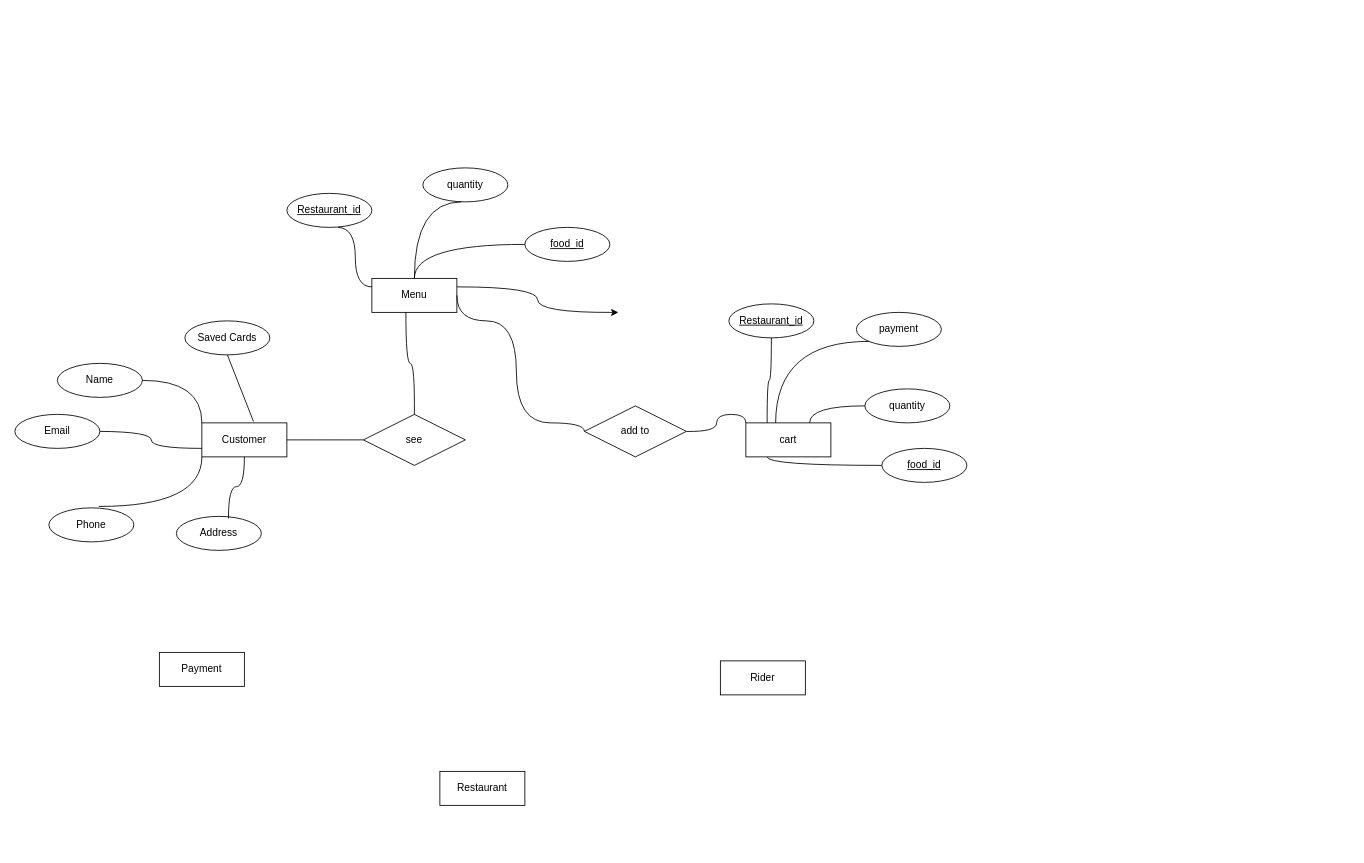
Above: page "Page-2" (2 of 2) of mysej.drawio in ahmadanwar93/SET-day-22 (draw.io), before the change. Source tidied: cells renumbered, new cells numbered last; positions are measured from the earlier drawing's top-left corner, leaving out a move shared by most shapes. Both pictures are drawn from the tidied source at 85%, with x=0, y=0 at pixel (14, 167).
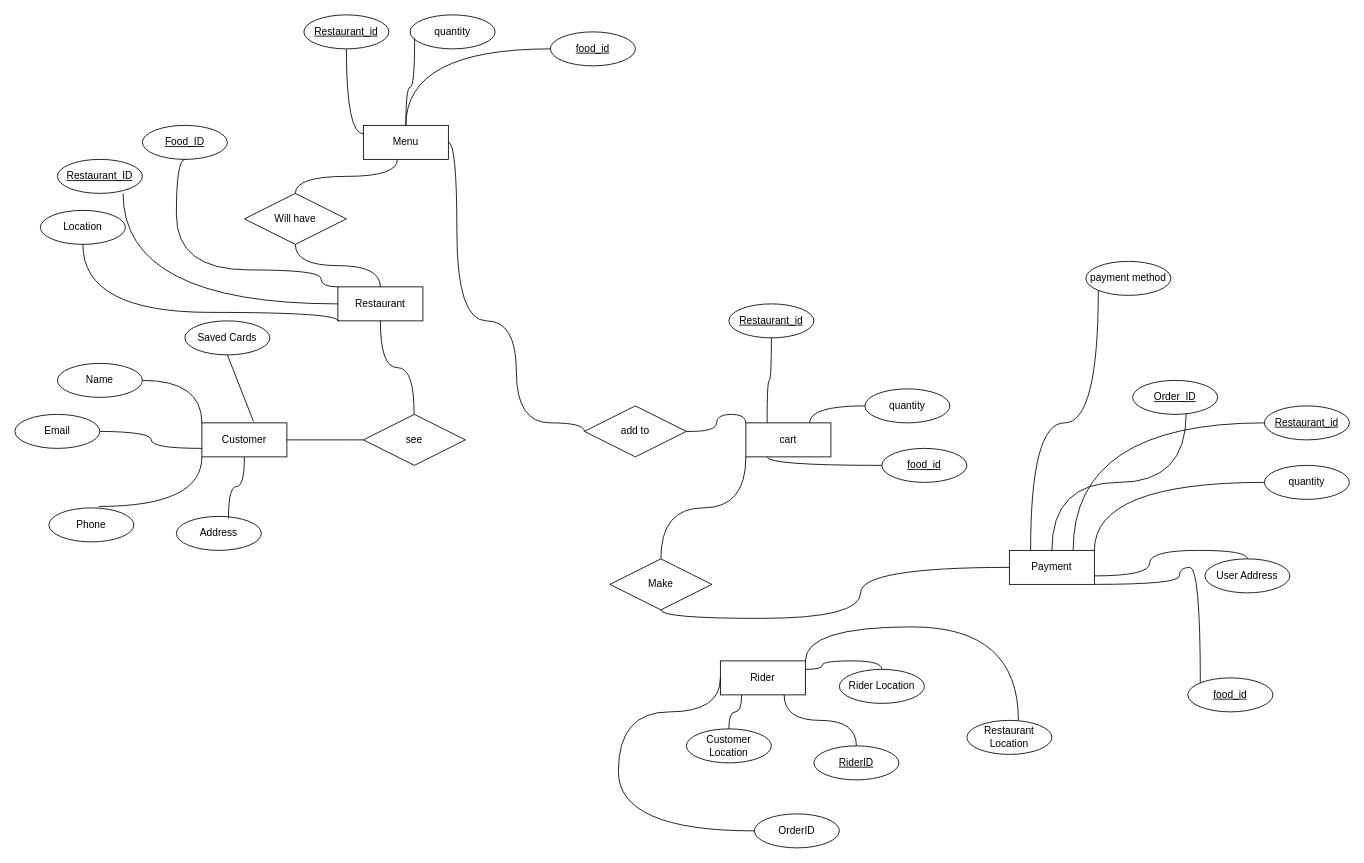
The same diagram, later.

The change refers to these unchanged cells:
```xml
<mxCell id="4" value="Rider" style="whiteSpace=wrap;html=1;align=center;" parent="1" vertex="1">
  <mxGeometry x="830" y="580" width="100" height="40" as="geometry" />
</mxCell>
<mxCell id="7" value="cart" style="whiteSpace=wrap;html=1;align=center;" parent="1" vertex="1">
  <mxGeometry x="860" y="300" width="100" height="40" as="geometry" />
</mxCell>
```

Diff of the diagram source:
```diff
@@
     <mxCell id="3" value="Restaurant" style="whiteSpace=wrap;html=1;align=center;" parent="1" vertex="1">
-      <mxGeometry x="500" y="710" width="100" height="40" as="geometry" />
+      <mxGeometry x="380" y="140" width="100" height="40" as="geometry" />
     </mxCell>
@@
     <mxCell id="5" value="Payment" style="whiteSpace=wrap;html=1;align=center;" parent="1" vertex="1">
-      <mxGeometry x="170" y="570" width="100" height="40" as="geometry" />
+      <mxGeometry x="1170" y="450" width="100" height="40" as="geometry" />
     </mxCell>
@@
-    <mxCell id="8" style="edgeStyle=orthogonalEdgeStyle;curved=1;rounded=0;jettySize=auto;html=1;exitX=1;exitY=0.25;exitDx=0;exitDy=0;" parent="1" edge="1" source="9">
-      <mxGeometry relative="1" as="geometry">
-        <mxPoint x="710" y="170" as="targetPoint" />
-      </mxGeometry>
-    </mxCell>
     <mxCell id="9" value="Menu" style="whiteSpace=wrap;html=1;align=center;" parent="1" vertex="1">
-      <mxGeometry x="420" y="130" width="100" height="40" as="geometry" />
+      <mxGeometry x="410" y="-50" width="100" height="40" as="geometry" />
     </mxCell>
@@
-    <mxCell id="21" style="endArrow=none;html=1;rounded=0;edgeStyle=orthogonalEdgeStyle;curved=1;exitX=0.4;exitY=1;exitDx=0;exitDy=0;entryX=0;entryY=0;entryDx=0;entryDy=0;exitPerimeter=0;" parent="1" edge="1" source="9">
-      <mxGeometry relative="1" as="geometry">
-        <mxPoint x="470" y="290" as="targetPoint" />
-      </mxGeometry>
+    <mxCell id="21" style="endArrow=none;html=1;rounded=0;edgeStyle=orthogonalEdgeStyle;curved=1;exitX=0.4;exitY=1;exitDx=0;exitDy=0;exitPerimeter=0;entryX=0.5;entryY=0;entryDx=0;entryDy=0;" parent="1" edge="1" source="9" target="63">
+      <mxGeometry relative="1" as="geometry" />
     </mxCell>
     <mxCell id="22" value="Restaurant_id" style="ellipse;whiteSpace=wrap;html=1;align=center;fontStyle=4;" parent="1" vertex="1">
-      <mxGeometry x="320" y="30" width="100" height="40" as="geometry" />
+      <mxGeometry x="340" y="-180" width="100" height="40" as="geometry" />
     </mxCell>
     <mxCell id="23" value="quantity" style="ellipse;whiteSpace=wrap;html=1;align=center;" parent="1" vertex="1">
-      <mxGeometry x="480" width="100" height="40" as="geometry" />
+      <mxGeometry x="465" y="-180" width="100" height="40" as="geometry" />
     </mxCell>
     <mxCell id="24" value="food_id" style="ellipse;whiteSpace=wrap;html=1;align=center;fontStyle=4;" parent="1" vertex="1">
-      <mxGeometry x="600" y="70" width="100" height="40" as="geometry" />
+      <mxGeometry x="630" y="-160" width="100" height="40" as="geometry" />
     </mxCell>
-    <mxCell id="25" style="endArrow=none;html=1;rounded=0;edgeStyle=orthogonalEdgeStyle;curved=1;exitX=0.4;exitY=1;exitDx=0;exitDy=0;entryX=0;entryY=0.25;entryDx=0;entryDy=0;exitPerimeter=0;" parent="1" edge="1" target="9">
-      <mxGeometry relative="1" as="geometry">
-        <mxPoint x="380" y="70" as="sourcePoint" />
-      </mxGeometry>
+    <mxCell id="25" style="endArrow=none;html=1;rounded=0;edgeStyle=orthogonalEdgeStyle;curved=1;exitX=0.5;exitY=1;exitDx=0;exitDy=0;entryX=0;entryY=0.25;entryDx=0;entryDy=0;" parent="1" edge="1" source="22" target="9">
+      <mxGeometry relative="1" as="geometry" />
     </mxCell>
-    <mxCell id="26" style="endArrow=none;html=1;rounded=0;edgeStyle=orthogonalEdgeStyle;curved=1;exitX=0.4;exitY=1;exitDx=0;exitDy=0;entryX=0.5;entryY=0;entryDx=0;entryDy=0;exitPerimeter=0;" parent="1" edge="1" target="9">
-      <mxGeometry relative="1" as="geometry">
-        <mxPoint x="525" y="40" as="sourcePoint" />
-      </mxGeometry>
+    <mxCell id="26" style="endArrow=none;html=1;rounded=0;edgeStyle=orthogonalEdgeStyle;curved=1;exitX=0.053;exitY=0.692;exitDx=0;exitDy=0;entryX=0.5;entryY=0;entryDx=0;entryDy=0;exitPerimeter=0;" parent="1" edge="1" source="23" target="9">
+      <mxGeometry relative="1" as="geometry" />
     </mxCell>
@@
-    <mxCell id="37" value="payment" style="ellipse;whiteSpace=wrap;html=1;align=center;" parent="1" vertex="1">
-      <mxGeometry x="990" y="170" width="100" height="40" as="geometry" />
+    <mxCell id="37" value="payment method" style="ellipse;whiteSpace=wrap;html=1;align=center;" parent="1" vertex="1">
+      <mxGeometry x="1260" y="110" width="100" height="40" as="geometry" />
     </mxCell>
-    <mxCell id="38" style="endArrow=none;html=1;rounded=0;edgeStyle=orthogonalEdgeStyle;curved=1;exitX=0;exitY=1;exitDx=0;exitDy=0;entryX=0.75;entryY=0;entryDx=0;entryDy=0;" parent="1" edge="1" source="37">
-      <mxGeometry relative="1" as="geometry">
-        <mxPoint x="895" y="300" as="targetPoint" />
-      </mxGeometry>
+    <mxCell id="38" style="endArrow=none;html=1;rounded=0;edgeStyle=orthogonalEdgeStyle;curved=1;exitX=0;exitY=1;exitDx=0;exitDy=0;entryX=0.25;entryY=0;entryDx=0;entryDy=0;" parent="1" edge="1" source="37" target="5">
+      <mxGeometry relative="1" as="geometry" />
     </mxCell>
+    <mxCell id="39" value="User Address" style="ellipse;whiteSpace=wrap;html=1;align=center;" parent="1" vertex="1">
+      <mxGeometry x="1400" y="460" width="100" height="40" as="geometry" />
+    </mxCell>
+    <mxCell id="40" style="endArrow=none;html=1;rounded=0;edgeStyle=orthogonalEdgeStyle;curved=1;exitX=1;exitY=0.75;exitDx=0;exitDy=0;entryX=0.5;entryY=0;entryDx=0;entryDy=0;" parent="1" edge="1" source="5" target="39">
+      <mxGeometry relative="1" as="geometry" />
+    </mxCell>
+    <mxCell id="41" value="Make" style="shape=rhombus;perimeter=rhombusPerimeter;whiteSpace=wrap;html=1;align=center;" parent="1" vertex="1">
+      <mxGeometry x="700" y="460" width="120" height="60" as="geometry" />
+    </mxCell>
+    <mxCell id="42" style="endArrow=none;html=1;rounded=0;edgeStyle=orthogonalEdgeStyle;curved=1;exitX=0.5;exitY=0;exitDx=0;exitDy=0;entryX=0;entryY=1;entryDx=0;entryDy=0;" parent="1" edge="1" source="41" target="7">
+      <mxGeometry relative="1" as="geometry" />
+    </mxCell>
+    <mxCell id="43" style="endArrow=none;html=1;rounded=0;edgeStyle=orthogonalEdgeStyle;curved=1;exitX=0.5;exitY=1;exitDx=0;exitDy=0;entryX=0;entryY=0.5;entryDx=0;entryDy=0;" parent="1" edge="1" source="41" target="5">
+      <mxGeometry relative="1" as="geometry" />
+    </mxCell>
+    <mxCell id="44" value="Rider Location" style="ellipse;whiteSpace=wrap;html=1;align=center;" parent="1" vertex="1">
+      <mxGeometry x="970" y="590" width="100" height="40" as="geometry" />
+    </mxCell>
+    <mxCell id="45" value="RiderID" style="ellipse;whiteSpace=wrap;html=1;align=center;fontStyle=4;" parent="1" vertex="1">
+      <mxGeometry x="940" y="680" width="100" height="40" as="geometry" />
+    </mxCell>
+    <mxCell id="46" value="Order_ID" style="ellipse;whiteSpace=wrap;html=1;align=center;fontStyle=4;" parent="1" vertex="1">
+      <mxGeometry x="1315" y="250" width="100" height="40" as="geometry" />
+    </mxCell>
+    <mxCell id="47" style="endArrow=none;html=1;rounded=0;edgeStyle=orthogonalEdgeStyle;curved=1;exitX=0.63;exitY=0.977;exitDx=0;exitDy=0;entryX=0.5;entryY=0;entryDx=0;entryDy=0;exitPerimeter=0;" parent="1" edge="1" source="46" target="5">
+      <mxGeometry relative="1" as="geometry" />
+    </mxCell>
+    <mxCell id="48" value="Customer Location" style="ellipse;whiteSpace=wrap;html=1;align=center;" parent="1" vertex="1">
+      <mxGeometry x="790" y="660" width="100" height="40" as="geometry" />
+    </mxCell>
+    <mxCell id="49" value="OrderID" style="ellipse;whiteSpace=wrap;html=1;align=center;" parent="1" vertex="1">
+      <mxGeometry x="870" y="760" width="100" height="40" as="geometry" />
+    </mxCell>
+    <mxCell id="50" value="Restaurant Location" style="ellipse;whiteSpace=wrap;html=1;align=center;" parent="1" vertex="1">
+      <mxGeometry x="1120" y="650" width="100" height="40" as="geometry" />
+    </mxCell>
+    <mxCell id="51" style="endArrow=none;html=1;rounded=0;edgeStyle=orthogonalEdgeStyle;curved=1;exitX=1;exitY=0.25;exitDx=0;exitDy=0;entryX=0.5;entryY=0;entryDx=0;entryDy=0;" parent="1" edge="1" source="4" target="44">
+      <mxGeometry relative="1" as="geometry" />
+    </mxCell>
+    <mxCell id="52" style="endArrow=none;html=1;rounded=0;edgeStyle=orthogonalEdgeStyle;curved=1;exitX=0;exitY=0.5;exitDx=0;exitDy=0;entryX=0;entryY=0.5;entryDx=0;entryDy=0;" parent="1" edge="1" source="4" target="49">
+      <mxGeometry relative="1" as="geometry">
+        <Array as="points">
+          <mxPoint x="830" y="640" />
+          <mxPoint x="710" y="640" />
+          <mxPoint x="710" y="780" />
+        </Array>
+      </mxGeometry>
+    </mxCell>
+    <mxCell id="53" style="endArrow=none;html=1;rounded=0;edgeStyle=orthogonalEdgeStyle;curved=1;exitX=0.75;exitY=1;exitDx=0;exitDy=0;entryX=0.5;entryY=0;entryDx=0;entryDy=0;" parent="1" edge="1" source="4" target="45">
+      <mxGeometry relative="1" as="geometry" />
+    </mxCell>
+    <mxCell id="54" style="endArrow=none;html=1;rounded=0;edgeStyle=orthogonalEdgeStyle;curved=1;exitX=0.25;exitY=1;exitDx=0;exitDy=0;" parent="1" edge="1" source="4" target="48">
+      <mxGeometry relative="1" as="geometry" />
+    </mxCell>
+    <mxCell id="55" style="endArrow=none;html=1;rounded=0;edgeStyle=orthogonalEdgeStyle;curved=1;entryX=0.606;entryY=0.001;entryDx=0;entryDy=0;entryPerimeter=0;exitX=1;exitY=0;exitDx=0;exitDy=0;" parent="1" edge="1" source="4" target="50">
+      <mxGeometry relative="1" as="geometry">
+        <Array as="points">
+          <mxPoint x="930" y="540" />
+          <mxPoint x="1181" y="540" />
+        </Array>
+      </mxGeometry>
+    </mxCell>
+    <mxCell id="56" value="Restaurant_id" style="ellipse;whiteSpace=wrap;html=1;align=center;fontStyle=4;" parent="1" vertex="1">
+      <mxGeometry x="1470" y="280" width="100" height="40" as="geometry" />
+    </mxCell>
+    <mxCell id="57" value="quantity" style="ellipse;whiteSpace=wrap;html=1;align=center;" parent="1" vertex="1">
+      <mxGeometry x="1470" y="350" width="100" height="40" as="geometry" />
+    </mxCell>
+    <mxCell id="58" value="food_id" style="ellipse;whiteSpace=wrap;html=1;align=center;fontStyle=4;" parent="1" vertex="1">
+      <mxGeometry x="1380" y="600" width="100" height="40" as="geometry" />
+    </mxCell>
+    <mxCell id="59" style="endArrow=none;html=1;rounded=0;edgeStyle=orthogonalEdgeStyle;curved=1;entryX=0;entryY=0;entryDx=0;entryDy=0;" parent="1" edge="1" source="5" target="58">
+      <mxGeometry relative="1" as="geometry">
+        <Array as="points">
+          <mxPoint x="1370" y="490" />
+          <mxPoint x="1370" y="470" />
+          <mxPoint x="1395" y="470" />
+        </Array>
+      </mxGeometry>
+    </mxCell>
+    <mxCell id="60" style="endArrow=none;html=1;rounded=0;edgeStyle=orthogonalEdgeStyle;curved=1;exitX=0;exitY=0.5;exitDx=0;exitDy=0;entryX=0.75;entryY=0;entryDx=0;entryDy=0;" parent="1" edge="1" source="56" target="5">
+      <mxGeometry relative="1" as="geometry" />
+    </mxCell>
+    <mxCell id="61" style="endArrow=none;html=1;rounded=0;edgeStyle=orthogonalEdgeStyle;curved=1;exitX=0;exitY=0.5;exitDx=0;exitDy=0;entryX=1;entryY=0;entryDx=0;entryDy=0;" parent="1" edge="1" source="57" target="5">
+      <mxGeometry relative="1" as="geometry" />
+    </mxCell>
+    <mxCell id="62" style="endArrow=none;html=1;rounded=0;edgeStyle=orthogonalEdgeStyle;curved=1;exitX=0.5;exitY=1;exitDx=0;exitDy=0;entryX=0.5;entryY=0;entryDx=0;entryDy=0;" parent="1" edge="1" source="3">
+      <mxGeometry relative="1" as="geometry">
+        <mxPoint x="469.6" y="290" as="targetPoint" />
+      </mxGeometry>
+    </mxCell>
+    <mxCell id="63" value="Will have" style="shape=rhombus;perimeter=rhombusPerimeter;whiteSpace=wrap;html=1;align=center;" parent="1" vertex="1">
+      <mxGeometry x="270" y="30" width="120" height="60" as="geometry" />
+    </mxCell>
+    <mxCell id="64" style="endArrow=none;html=1;rounded=0;edgeStyle=orthogonalEdgeStyle;curved=1;exitX=0.5;exitY=0;exitDx=0;exitDy=0;entryX=0.5;entryY=1;entryDx=0;entryDy=0;" parent="1" edge="1" source="3" target="63">
+      <mxGeometry relative="1" as="geometry" />
+    </mxCell>
+    <mxCell id="65" value="Restaurant_ID" style="ellipse;whiteSpace=wrap;html=1;align=center;fontStyle=4;" parent="1" vertex="1">
+      <mxGeometry x="50" y="-10" width="100" height="40" as="geometry" />
+    </mxCell>
+    <mxCell id="66" value="Location" style="ellipse;whiteSpace=wrap;html=1;align=center;" parent="1" vertex="1">
+      <mxGeometry x="30" y="50" width="100" height="40" as="geometry" />
+    </mxCell>
+    <mxCell id="67" value="Food_ID" style="ellipse;whiteSpace=wrap;html=1;align=center;fontStyle=4;" parent="1" vertex="1">
+      <mxGeometry x="150" y="-50" width="100" height="40" as="geometry" />
+    </mxCell>
+    <mxCell id="68" style="endArrow=none;html=1;rounded=0;edgeStyle=orthogonalEdgeStyle;curved=1;exitX=0;exitY=1;exitDx=0;exitDy=0;entryX=0.5;entryY=1;entryDx=0;entryDy=0;" parent="1" edge="1" source="3" target="66">
+      <mxGeometry relative="1" as="geometry">
+        <Array as="points">
+          <mxPoint x="380" y="170" />
+          <mxPoint x="80" y="170" />
+        </Array>
+      </mxGeometry>
+    </mxCell>
+    <mxCell id="69" style="endArrow=none;html=1;rounded=0;edgeStyle=orthogonalEdgeStyle;curved=1;exitX=0;exitY=0.5;exitDx=0;exitDy=0;entryX=0.773;entryY=1.001;entryDx=0;entryDy=0;entryPerimeter=0;" parent="1" edge="1" source="3" target="65">
+      <mxGeometry relative="1" as="geometry" />
+    </mxCell>
+    <mxCell id="70" style="endArrow=none;html=1;rounded=0;edgeStyle=orthogonalEdgeStyle;curved=1;exitX=0;exitY=0;exitDx=0;exitDy=0;entryX=0.5;entryY=1;entryDx=0;entryDy=0;" parent="1" edge="1" source="3" target="67">
+      <mxGeometry relative="1" as="geometry">
+        <Array as="points">
+          <mxPoint x="360" y="140" />
+          <mxPoint x="360" y="120" />
+          <mxPoint x="190" y="120" />
+          <mxPoint x="190" y="-10" />
+        </Array>
+      </mxGeometry>
+    </mxCell>
```
